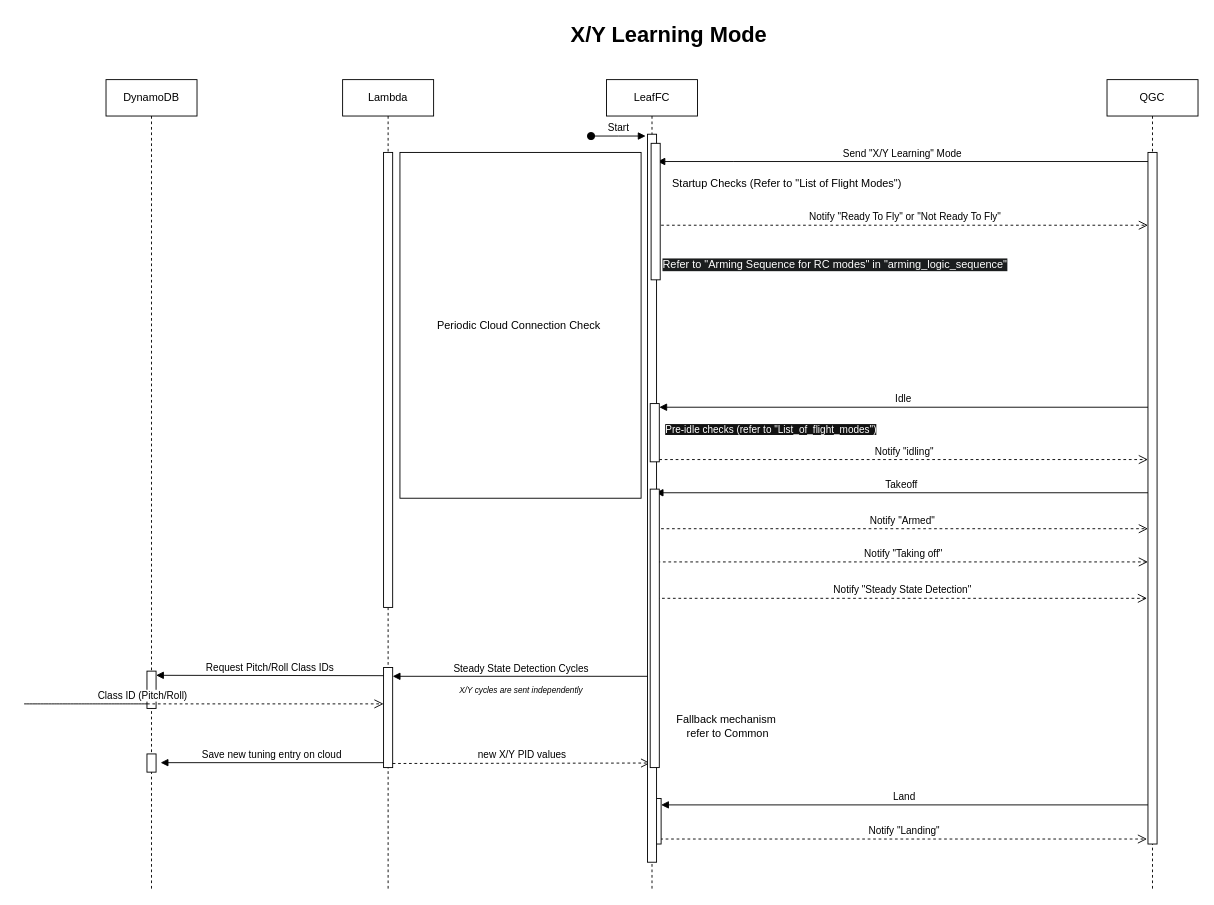
Above: Guide/HEAR Software/Flight Modes/Modes Sequence Diagrams/X-Y learning mode.drawio in DroneLeaf/HEAR_wiki (draw.io), before the change. Source tidied: cells renumbered, new cells numbered last; positions are measured from the earlier drawing's top-left corner, leaving out a move shared by most shapes. Both pictures are drawn from the tidied source at 91%, with x=0, y=0 at pixel (24, 15).
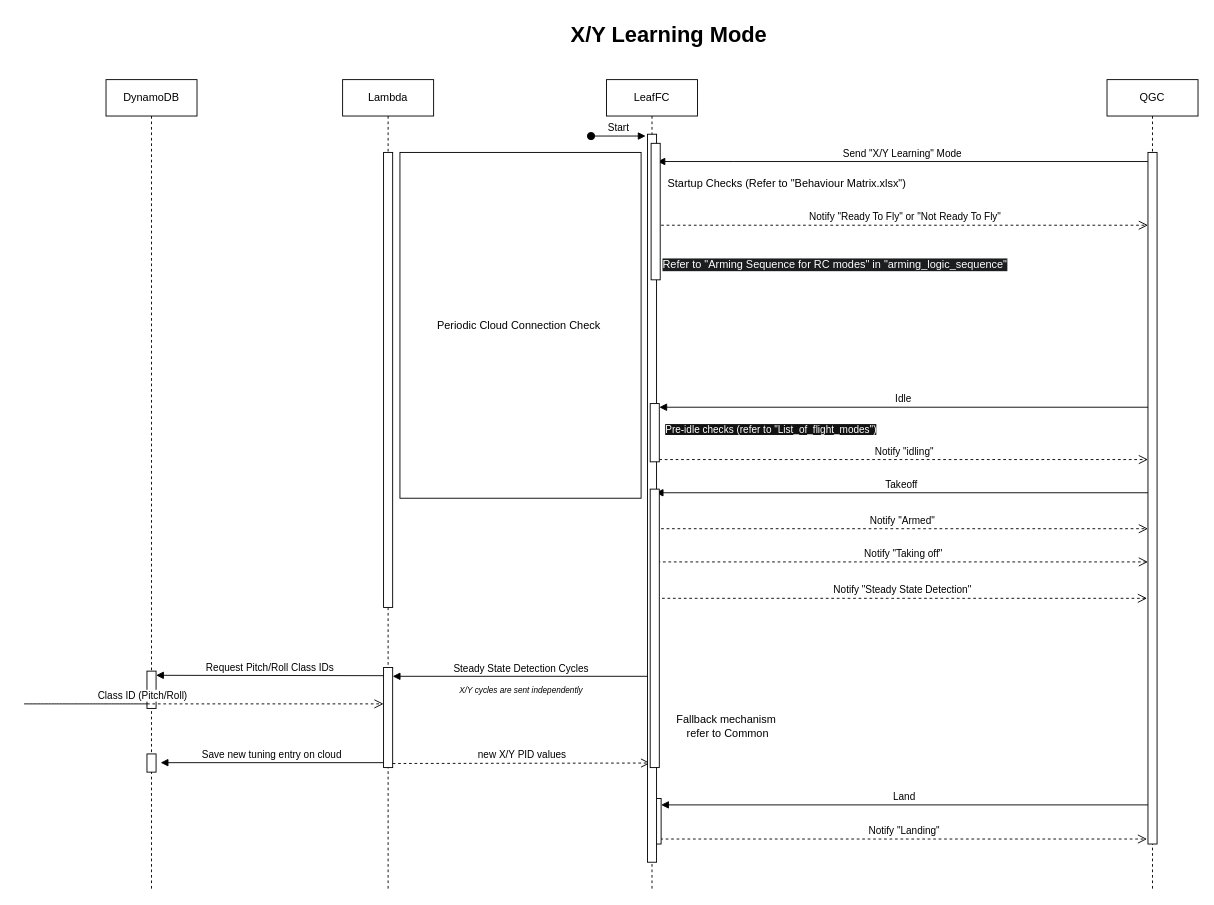
The same diagram, later.

Change to the diagram source:
```diff
@@
-    <mxCell id="37" value="Startup Checks (Refer to &quot;List of Flight Modes&quot;)" style="text;html=1;align=center;verticalAlign=middle;strokeColor=none;fillColor=none;" parent="1" vertex="1">
-      <mxGeometry x="698" y="170" width="280" height="30" as="geometry" />
+    <mxCell id="37" value="Startup Checks (Refer to &quot;Behaviour Matrix.xlsx&lt;span style=&quot;background-color: transparent; color: light-dark(rgb(0, 0, 0), rgb(255, 255, 255));&quot;&gt;&quot;)&lt;/span&gt;" style="text;html=1;align=center;verticalAlign=middle;strokeColor=none;fillColor=none;" parent="1" vertex="1">
+      <mxGeometry x="693" y="170" width="290" height="30" as="geometry" />
     </mxCell>
```
